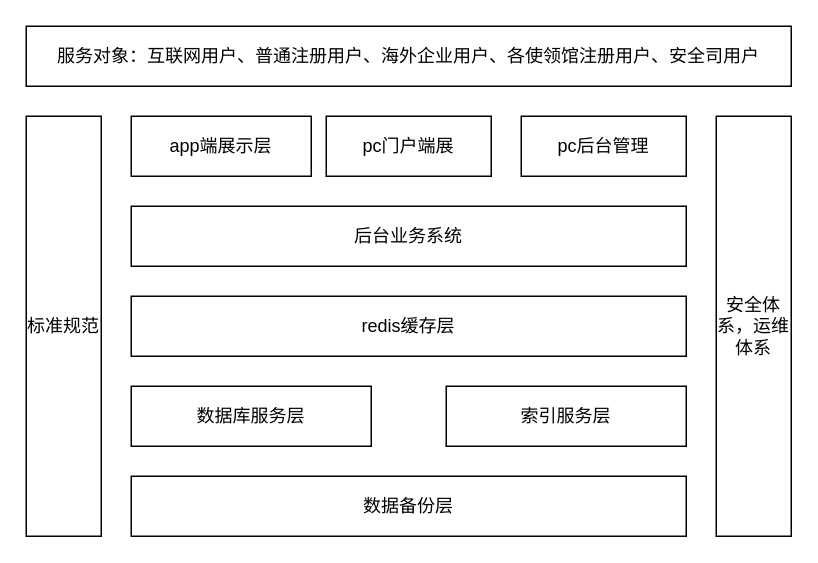
Before: 架构图.drawio in Gwx1211/drawio, a draw.io diagram. Source tidied: cells renumbered, new cells numbered last; positions are measured from the earlier drawing's top-left corner, leaving out a move shared by most shapes. Both pictures are drawn from the tidied source at 150%, with x=0, y=0 at pixel (26, 26).
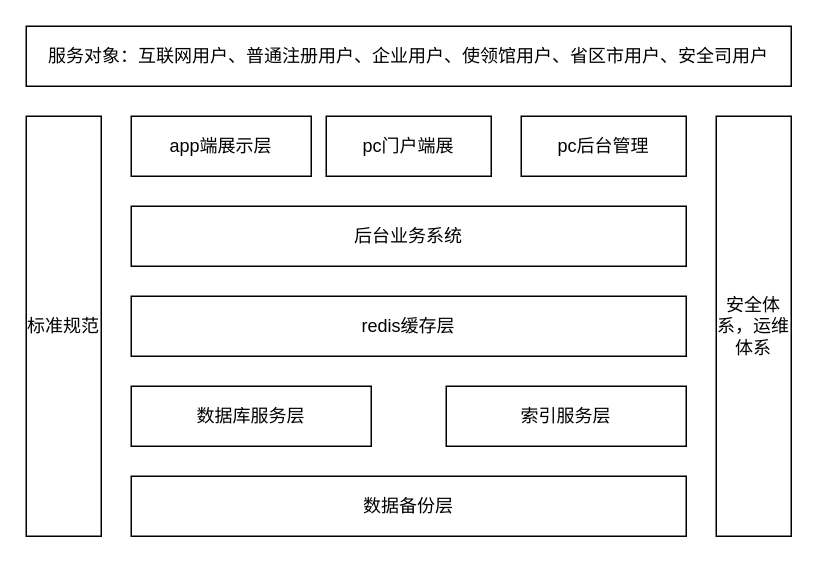
After the change.

Commit message (it also covers changes not shown here):
更新架构图.drawio

The edit, as a diff of the source:
```diff
@@
 <mxGraphModel>
   <root>
     <mxCell id="0" />
     <mxCell id="1" parent="0" />
-    <mxCell id="2" value="服务对象：互联网用户、普通注册用户、海外企业用户、各使领馆注册用户、安全司用户" style="rounded=0;whiteSpace=wrap;html=1;" parent="1" vertex="1">
+    <mxCell id="2" value="服务对象：互联网用户、普通注册用户、企业用户、使领馆用户、省区市用户、安全司用户" style="rounded=0;whiteSpace=wrap;html=1;" parent="1" vertex="1">
       <mxGeometry width="510" height="40" as="geometry" />
     </mxCell>
     <mxCell id="3" value="标准规范" style="rounded=0;whiteSpace=wrap;html=1;" parent="1" vertex="1">
       <mxGeometry y="60" width="50" height="280" as="geometry" />
     </mxCell>
     <mxCell id="4" value="app端展示层" style="rounded=0;whiteSpace=wrap;html=1;" parent="1" vertex="1">
       <mxGeometry x="70" y="60" width="120" height="40" as="geometry" />
     </mxCell>
     <mxCell id="5" value="pc门户端展" style="rounded=0;whiteSpace=wrap;html=1;" parent="1" vertex="1">
       <mxGeometry x="200" y="60" width="110" height="40" as="geometry" />
     </mxCell>
     <mxCell id="6" value="pc后台管理" style="rounded=0;whiteSpace=wrap;html=1;" parent="1" vertex="1">
       <mxGeometry x="330" y="60" width="110" height="40" as="geometry" />
     </mxCell>
     <mxCell id="7" value="后台业务系统" style="rounded=0;whiteSpace=wrap;html=1;" parent="1" vertex="1">
       <mxGeometry x="70" y="120" width="370" height="40" as="geometry" />
     </mxCell>
     <mxCell id="8" value="redis缓存层" style="rounded=0;whiteSpace=wrap;html=1;" parent="1" vertex="1">
       <mxGeometry x="70" y="180" width="370" height="40" as="geometry" />
     </mxCell>
     <mxCell id="9" value="数据库服务层" style="rounded=0;whiteSpace=wrap;html=1;" parent="1" vertex="1">
       <mxGeometry x="70" y="240" width="160" height="40" as="geometry" />
     </mxCell>
     <mxCell id="10" value="索引服务层" style="rounded=0;whiteSpace=wrap;html=1;" parent="1" vertex="1">
       <mxGeometry x="280" y="240" width="160" height="40" as="geometry" />
     </mxCell>
     <mxCell id="11" value="数据备份层" style="rounded=0;whiteSpace=wrap;html=1;" parent="1" vertex="1">
       <mxGeometry x="70" y="300" width="370" height="40" as="geometry" />
     </mxCell>
     <mxCell id="12" value="安全体系，运维体系" style="rounded=0;whiteSpace=wrap;html=1;" parent="1" vertex="1">
       <mxGeometry x="460" y="60" width="50" height="280" as="geometry" />
     </mxCell>
   </root>
 </mxGraphModel>
```
